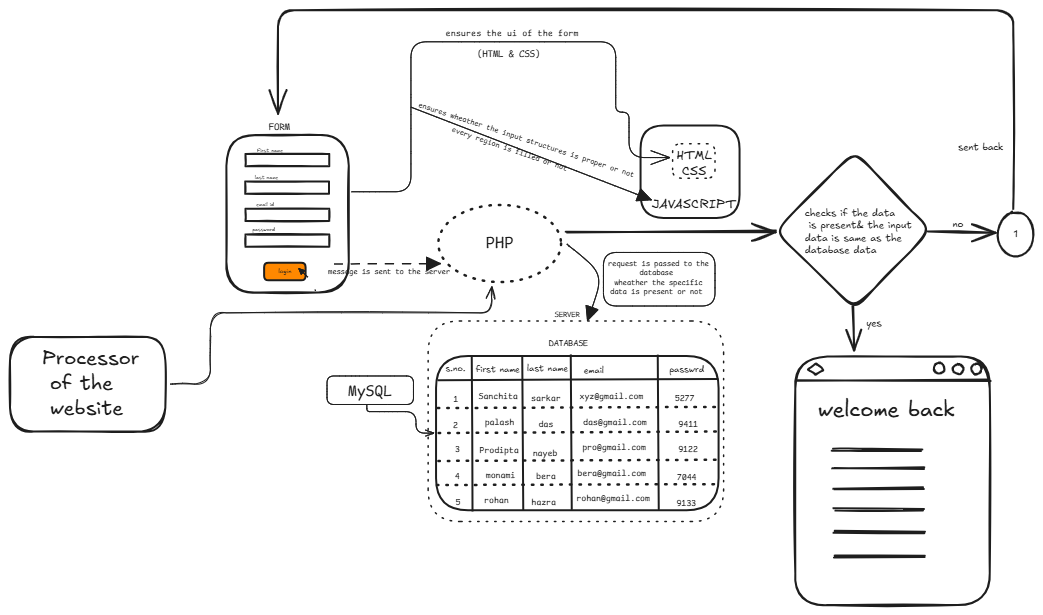
Above: server-website-communication.excalidraw.png in Alone-Prodipta/Code-File (Excalidraw), before the change. Source tidied: one line per element, renumbered; positions are measured from the earlier drawing's top-left corner, leaving out a move shared by most shapes.
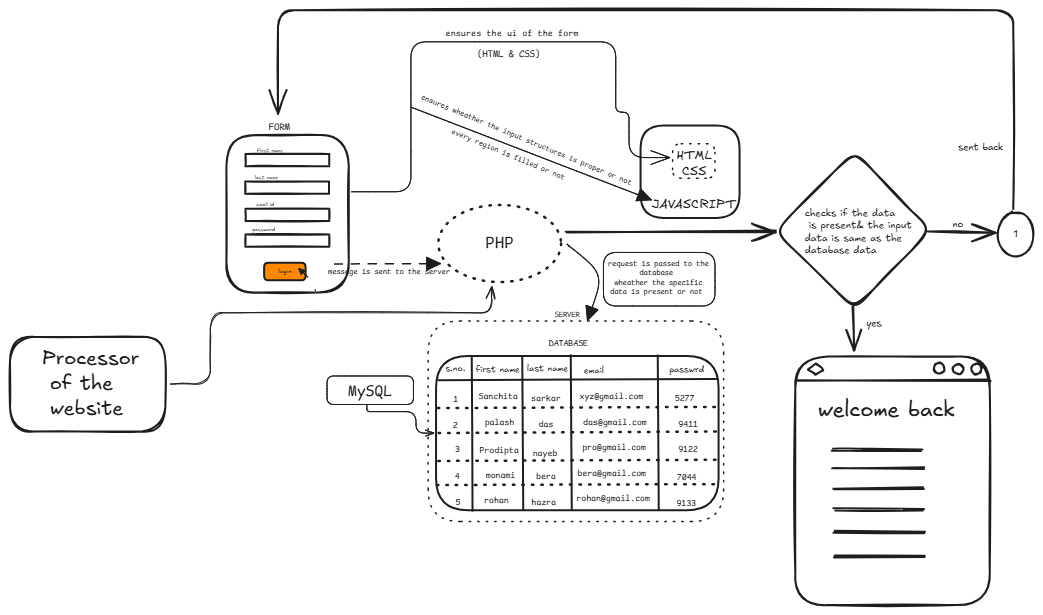
Above is the later version.

Commit message:
modified the file little bit

What changed in the source:
```diff
@@ -66,8 +66,8 @@
 {"id": 65, "type": "text", "text": "(HTML & CSS)", "strokeColor": "#1e1e1e", "strokeWidth": 1, "roughness": 0, "fontSize": 9.56, "fontFamily": 8, "textAlign": "center", "x": 467, "y": 39, "width": 63, "height": 12}
 {"id": 66, "type": "rectangle", "strokeColor": "#1e1e1e", "strokeWidth": 1, "strokeStyle": "dotted", "roughness": 0, "round": true, "x": 663, "y": 134, "width": 42, "height": 34}
 {"id": 67, "type": "arrow", "strokeColor": "#1e1e1e", "strokeWidth": 1, "roughness": 0, "endArrowhead": "triangle", "round": true, "x": 401, "y": 97, "width": 240, "height": 93, "points": [[0, 0], [240, 93]]}
-{"id": 68, "type": "text", "text": "ensures wheather the input structures is proper or not", "strokeColor": "#1e1e1e", "angle": 0.32, "strokeWidth": 1, "roughness": 0, "fontSize": 7.65, "fontFamily": 8, "textAlign": "center", "x": 403, "y": 125, "width": 227, "height": 10}
+{"id": 68, "type": "text", "text": "ensures wheather the input structures is proper or not", "strokeColor": "#1e1e1e", "angle": 0.39, "strokeWidth": 1, "roughness": 0, "fontSize": 7.65, "fontFamily": 8, "textAlign": "center", "x": 403, "y": 125, "width": 227, "height": 10}
-{"id": 69, "type": "text", "text": "every region is filled or not", "strokeColor": "#1e1e1e", "angle": 0.33, "strokeWidth": 1, "roughness": 0, "fontSize": 7.65, "fontFamily": 8, "textAlign": "center", "x": 438, "y": 134, "width": 122, "height": 10}
+{"id": 69, "type": "text", "text": "every region is filled or not", "strokeColor": "#1e1e1e", "angle": 0.39, "strokeWidth": 1, "roughness": 0, "fontSize": 7.65, "fontFamily": 8, "textAlign": "center", "x": 437, "y": 140, "width": 122, "height": 10}
 {"id": 70, "type": "arrow", "strokeColor": "#1e1e1e", "strokeWidth": 1, "strokeStyle": "dashed", "roughness": 0, "endArrowhead": "triangle", "round": true, "from": 71, "x": 324, "y": 254, "width": 106, "height": 0, "points": [[0, 0], [106, 0]]}
 {"id": 71, "type": "text", "text": "message is sent to the server", "strokeColor": "#1e1e1e", "strokeWidth": 1, "strokeStyle": "dashed", "roughness": 0, "fontSize": 7.65, "fontFamily": 8, "textAlign": "center", "x": 318, "y": 257, "width": 122, "height": 10}
 {"id": 72, "type": "rectangle", "strokeColor": "#1e1e1e", "strokeWidth": 1, "strokeStyle": "dotted", "roughness": 0, "round": true, "x": 418, "y": 311, "width": 295, "height": 200}
```
